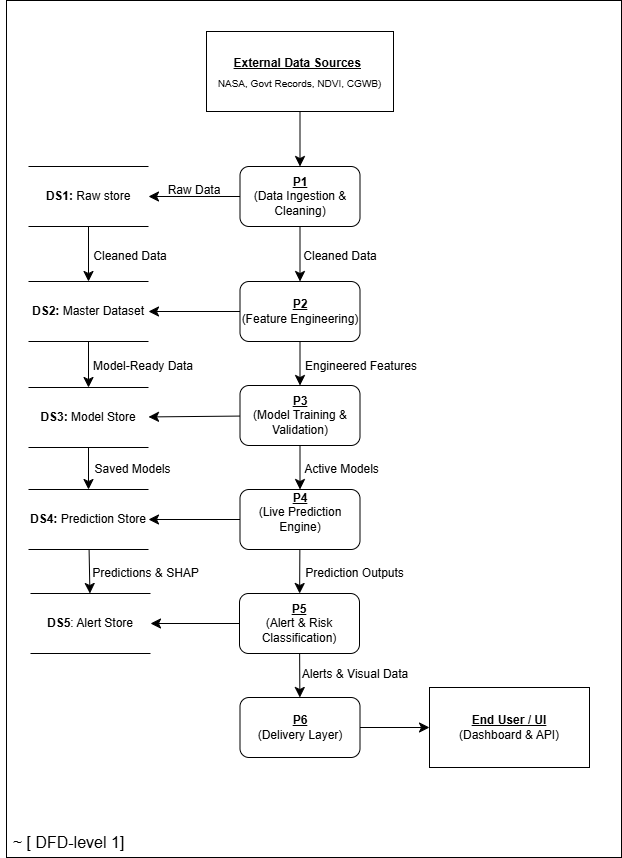
Earlier version of the draw.io export diagram/DFD_diagrams/dfd_level_1.png (Kunal2005jan15/NAIP). Source tidied: cells renumbered, new cells last; positions are measured from the earlier drawing's top-left corner, leaving out a move shared by most shapes. Source of this version:
```xml
<mxGraphModel>
  <root>
    <mxCell id="0" />
    <mxCell id="1" parent="0" />
    <mxCell id="2" style="rounded=0;whiteSpace=wrap;html=1;" parent="1" vertex="1">
      <mxGeometry x="6" width="615" height="857" as="geometry" />
    </mxCell>
    <mxCell id="3" style="edgeStyle=none;curved=1;rounded=0;jettySize=auto;html=1;fontSize=12;startSize=8;endSize=8;" parent="1" edge="1" source="4" target="8">
      <mxGeometry relative="1" as="geometry" />
    </mxCell>
    <mxCell id="4" style="rounded=0;whiteSpace=wrap;html=1;" parent="1" vertex="1">
      <mxGeometry x="206" y="31" width="187" height="80" as="geometry" />
    </mxCell>
    <mxCell id="5" value="&lt;b&gt;&lt;u&gt;&lt;font style=&quot;font-size: 12px;&quot;&gt;External Data Sources&lt;/font&gt;&lt;/u&gt;&lt;/b&gt;&amp;nbsp;&lt;br&gt;&lt;font style=&quot;font-size: 10px;&quot;&gt;NASA, Govt Records, NDVI, CGWB)&lt;/font&gt;" style="text;html=1;whiteSpace=wrap;strokeColor=none;fillColor=none;align=center;verticalAlign=middle;rounded=0;fontSize=16;" parent="1" vertex="1">
      <mxGeometry x="211" y="56" width="177" height="30" as="geometry" />
    </mxCell>
    <mxCell id="6" style="edgeStyle=none;curved=1;rounded=0;jettySize=auto;html=1;fontSize=12;startSize=8;endSize=8;" parent="1" edge="1" source="8" target="10">
      <mxGeometry relative="1" as="geometry" />
    </mxCell>
    <mxCell id="7" style="edgeStyle=none;curved=1;rounded=0;jettySize=auto;html=1;fontSize=12;startSize=8;endSize=8;" parent="1" edge="1" source="8" target="17">
      <mxGeometry relative="1" as="geometry" />
    </mxCell>
    <mxCell id="8" value="&lt;b&gt;&lt;u&gt;P1&lt;/u&gt;&lt;/b&gt;&lt;div&gt;(Data Ingestion &amp;amp; Cleaning)&lt;/div&gt;" style="rounded=1;whiteSpace=wrap;html=1;" parent="1" vertex="1">
      <mxGeometry x="239.5" y="166" width="120" height="60" as="geometry" />
    </mxCell>
    <mxCell id="9" style="edgeStyle=none;curved=1;rounded=0;jettySize=auto;html=1;fontSize=12;startSize=8;endSize=8;" parent="1" edge="1" source="10" target="14">
      <mxGeometry relative="1" as="geometry" />
    </mxCell>
    <mxCell id="10" value="&lt;b&gt;DS1:&lt;/b&gt; Raw store" style="shape=partialRectangle;whiteSpace=wrap;html=1;left=0;right=0;fillColor=none;" parent="1" vertex="1">
      <mxGeometry x="28" y="166" width="120" height="60" as="geometry" />
    </mxCell>
    <mxCell id="11" style="edgeStyle=none;curved=1;rounded=0;jettySize=auto;html=1;fontSize=12;startSize=8;endSize=8;" parent="1" edge="1" source="12" target="27">
      <mxGeometry relative="1" as="geometry" />
    </mxCell>
    <mxCell id="12" value="&lt;b&gt;DS3:&lt;/b&gt; Model Store" style="shape=partialRectangle;whiteSpace=wrap;html=1;left=0;right=0;fillColor=none;" parent="1" vertex="1">
      <mxGeometry x="28" y="387" width="120" height="60" as="geometry" />
    </mxCell>
    <mxCell id="13" style="edgeStyle=none;curved=1;rounded=0;jettySize=auto;html=1;fontSize=12;startSize=8;endSize=8;" parent="1" edge="1" source="14" target="12">
      <mxGeometry relative="1" as="geometry" />
    </mxCell>
    <mxCell id="14" value="&lt;b&gt;DS2:&lt;/b&gt; Master Dataset" style="shape=partialRectangle;whiteSpace=wrap;html=1;left=0;right=0;fillColor=none;" parent="1" vertex="1">
      <mxGeometry x="28" y="281" width="120" height="60" as="geometry" />
    </mxCell>
    <mxCell id="15" style="edgeStyle=none;curved=1;rounded=0;jettySize=auto;html=1;fontSize=12;startSize=8;endSize=8;" parent="1" edge="1" source="17" target="14">
      <mxGeometry relative="1" as="geometry" />
    </mxCell>
    <mxCell id="16" style="edgeStyle=none;curved=1;rounded=0;jettySize=auto;html=1;fontSize=12;startSize=8;endSize=8;" parent="1" edge="1" source="17" target="23">
      <mxGeometry relative="1" as="geometry" />
    </mxCell>
    <mxCell id="17" value="&lt;b&gt;&lt;u&gt;P2&lt;/u&gt;&lt;/b&gt;&lt;div&gt;(Feature Engineering)&lt;/div&gt;" style="rounded=1;whiteSpace=wrap;html=1;" parent="1" vertex="1">
      <mxGeometry x="239.5" y="281" width="120" height="60" as="geometry" />
    </mxCell>
    <mxCell id="18" value="&lt;font style=&quot;font-size: 12px;&quot;&gt;Raw Data&lt;/font&gt;" style="text;html=1;whiteSpace=wrap;strokeColor=none;fillColor=none;align=center;verticalAlign=middle;rounded=0;fontSize=16;" parent="1" vertex="1">
      <mxGeometry x="164" y="173" width="60" height="30" as="geometry" />
    </mxCell>
    <mxCell id="19" value="&lt;font style=&quot;font-size: 12px;&quot;&gt;Cleaned Data&lt;/font&gt;" style="text;html=1;whiteSpace=wrap;strokeColor=none;fillColor=none;align=center;verticalAlign=middle;rounded=0;fontSize=16;" parent="1" vertex="1">
      <mxGeometry x="297" y="239" width="86" height="30" as="geometry" />
    </mxCell>
    <mxCell id="20" value="&lt;font style=&quot;font-size: 12px;&quot;&gt;Cleaned Data&lt;/font&gt;" style="text;html=1;whiteSpace=wrap;strokeColor=none;fillColor=none;align=center;verticalAlign=middle;rounded=0;fontSize=16;" parent="1" vertex="1">
      <mxGeometry x="89" y="239" width="82" height="30" as="geometry" />
    </mxCell>
    <mxCell id="21" style="edgeStyle=none;curved=1;rounded=0;jettySize=auto;html=1;fontSize=12;startSize=8;endSize=8;" parent="1" edge="1" source="23" target="12">
      <mxGeometry relative="1" as="geometry" />
    </mxCell>
    <mxCell id="22" style="edgeStyle=none;curved=1;rounded=0;jettySize=auto;html=1;fontSize=12;startSize=8;endSize=8;" parent="1" edge="1" source="23" target="30">
      <mxGeometry relative="1" as="geometry" />
    </mxCell>
    <mxCell id="23" value="&lt;b&gt;&lt;u&gt;P3&lt;/u&gt;&lt;/b&gt;&lt;div&gt;(Model Training &amp;amp; Validation)&lt;/div&gt;" style="rounded=1;whiteSpace=wrap;html=1;" parent="1" vertex="1">
      <mxGeometry x="239.5" y="385" width="120" height="60" as="geometry" />
    </mxCell>
    <mxCell id="24" value="&lt;font style=&quot;font-size: 12px;&quot;&gt;Model-Ready Data&lt;/font&gt;" style="text;html=1;whiteSpace=wrap;strokeColor=none;fillColor=none;align=center;verticalAlign=middle;rounded=0;fontSize=16;" parent="1" vertex="1">
      <mxGeometry x="89" y="349" width="108" height="30" as="geometry" />
    </mxCell>
    <mxCell id="25" value="&lt;font style=&quot;font-size: 12px;&quot;&gt;Engineered Features&lt;/font&gt;" style="text;html=1;whiteSpace=wrap;strokeColor=none;fillColor=none;align=center;verticalAlign=middle;rounded=0;fontSize=16;" parent="1" vertex="1">
      <mxGeometry x="300" y="349" width="122" height="30" as="geometry" />
    </mxCell>
    <mxCell id="26" style="edgeStyle=none;curved=1;rounded=0;jettySize=auto;html=1;fontSize=12;startSize=8;endSize=8;" parent="1" edge="1" source="27" target="33">
      <mxGeometry relative="1" as="geometry" />
    </mxCell>
    <mxCell id="27" value="&lt;b&gt;DS4:&lt;/b&gt; Prediction Store" style="shape=partialRectangle;whiteSpace=wrap;html=1;left=0;right=0;fillColor=none;" parent="1" vertex="1">
      <mxGeometry x="28" y="489" width="120" height="60" as="geometry" />
    </mxCell>
    <mxCell id="28" style="edgeStyle=none;curved=1;rounded=0;jettySize=auto;html=1;fontSize=12;startSize=8;endSize=8;" parent="1" edge="1" source="30" target="27">
      <mxGeometry relative="1" as="geometry" />
    </mxCell>
    <mxCell id="29" style="edgeStyle=none;curved=1;rounded=0;jettySize=auto;html=1;fontSize=12;startSize=8;endSize=8;" parent="1" edge="1" source="30" target="36">
      <mxGeometry relative="1" as="geometry" />
    </mxCell>
    <mxCell id="30" value="&lt;b&gt;&lt;u&gt;P4&lt;/u&gt;&lt;/b&gt;&lt;div&gt;(Live Prediction Engine)&lt;br&gt;&lt;div&gt;&lt;br&gt;&lt;/div&gt;&lt;/div&gt;" style="rounded=1;whiteSpace=wrap;html=1;" parent="1" vertex="1">
      <mxGeometry x="239.5" y="489" width="120" height="60" as="geometry" />
    </mxCell>
    <mxCell id="31" value="&lt;font style=&quot;font-size: 12px;&quot;&gt;Saved Models&lt;/font&gt;" style="text;html=1;whiteSpace=wrap;strokeColor=none;fillColor=none;align=center;verticalAlign=middle;rounded=0;fontSize=16;" parent="1" vertex="1">
      <mxGeometry x="89" y="452" width="87" height="30" as="geometry" />
    </mxCell>
    <mxCell id="32" value="&lt;font style=&quot;font-size: 12px;&quot;&gt;Active Models&lt;/font&gt;" style="text;html=1;whiteSpace=wrap;strokeColor=none;fillColor=none;align=center;verticalAlign=middle;rounded=0;fontSize=16;" parent="1" vertex="1">
      <mxGeometry x="300" y="452" width="83" height="30" as="geometry" />
    </mxCell>
    <mxCell id="33" value="&lt;b&gt;DS5&lt;/b&gt;: Alert Store" style="shape=partialRectangle;whiteSpace=wrap;html=1;left=0;right=0;fillColor=none;" parent="1" vertex="1">
      <mxGeometry x="30" y="593" width="120" height="60" as="geometry" />
    </mxCell>
    <mxCell id="34" style="edgeStyle=none;curved=1;rounded=0;jettySize=auto;html=1;fontSize=12;startSize=8;endSize=8;" parent="1" edge="1" source="36" target="33">
      <mxGeometry relative="1" as="geometry" />
    </mxCell>
    <mxCell id="35" style="edgeStyle=none;curved=1;rounded=0;jettySize=auto;html=1;fontSize=12;startSize=8;endSize=8;" parent="1" edge="1" source="36" target="40">
      <mxGeometry relative="1" as="geometry" />
    </mxCell>
    <mxCell id="36" value="&lt;b&gt;&lt;u&gt;P5&lt;/u&gt;&lt;/b&gt;&lt;div&gt;(Alert &amp;amp; Risk Classification)&lt;/div&gt;" style="rounded=1;whiteSpace=wrap;html=1;" parent="1" vertex="1">
      <mxGeometry x="239" y="593" width="120" height="60" as="geometry" />
    </mxCell>
    <mxCell id="37" value="&lt;font style=&quot;font-size: 12px;&quot;&gt;Predictions &amp;amp; SHAP&lt;/font&gt;" style="text;html=1;whiteSpace=wrap;strokeColor=none;fillColor=none;align=center;verticalAlign=middle;rounded=0;fontSize=16;" parent="1" vertex="1">
      <mxGeometry x="89" y="556" width="113" height="30" as="geometry" />
    </mxCell>
    <mxCell id="38" value="&lt;font style=&quot;font-size: 12px;&quot;&gt;Prediction Outputs&lt;/font&gt;" style="text;html=1;whiteSpace=wrap;strokeColor=none;fillColor=none;align=center;verticalAlign=middle;rounded=0;fontSize=16;" parent="1" vertex="1">
      <mxGeometry x="303" y="556" width="103" height="30" as="geometry" />
    </mxCell>
    <mxCell id="39" style="edgeStyle=none;curved=1;rounded=0;jettySize=auto;html=1;fontSize=12;startSize=8;endSize=8;" parent="1" edge="1" source="40" target="42">
      <mxGeometry relative="1" as="geometry" />
    </mxCell>
    <mxCell id="40" value="&lt;u&gt;&lt;b&gt;P6&lt;/b&gt;&lt;/u&gt;&lt;div&gt;(Delivery Layer)&lt;/div&gt;" style="rounded=1;whiteSpace=wrap;html=1;" parent="1" vertex="1">
      <mxGeometry x="239.5" y="697" width="120" height="60" as="geometry" />
    </mxCell>
    <mxCell id="41" value="&lt;font style=&quot;font-size: 12px;&quot;&gt;Alerts &amp;amp; Visual Data&lt;/font&gt;" style="text;html=1;whiteSpace=wrap;strokeColor=none;fillColor=none;align=center;verticalAlign=middle;rounded=0;fontSize=16;" parent="1" vertex="1">
      <mxGeometry x="296.5" y="657" width="116" height="30" as="geometry" />
    </mxCell>
    <mxCell id="42" value="&lt;u&gt;&lt;b&gt;End User / UI&lt;/b&gt;&lt;/u&gt;&lt;div&gt;(Dashboard &amp;amp; API)&lt;/div&gt;" style="rounded=0;whiteSpace=wrap;html=1;" parent="1" vertex="1">
      <mxGeometry x="429" y="687" width="160" height="80" as="geometry" />
    </mxCell>
    <mxCell id="43" value="~ [ DFD-level 1]" style="text;html=1;whiteSpace=wrap;strokeColor=none;fillColor=none;align=center;verticalAlign=middle;rounded=0;fontSize=16;" parent="1" vertex="1">
      <mxGeometry y="827" width="137" height="30" as="geometry" />
    </mxCell>
  </root>
</mxGraphModel>
```
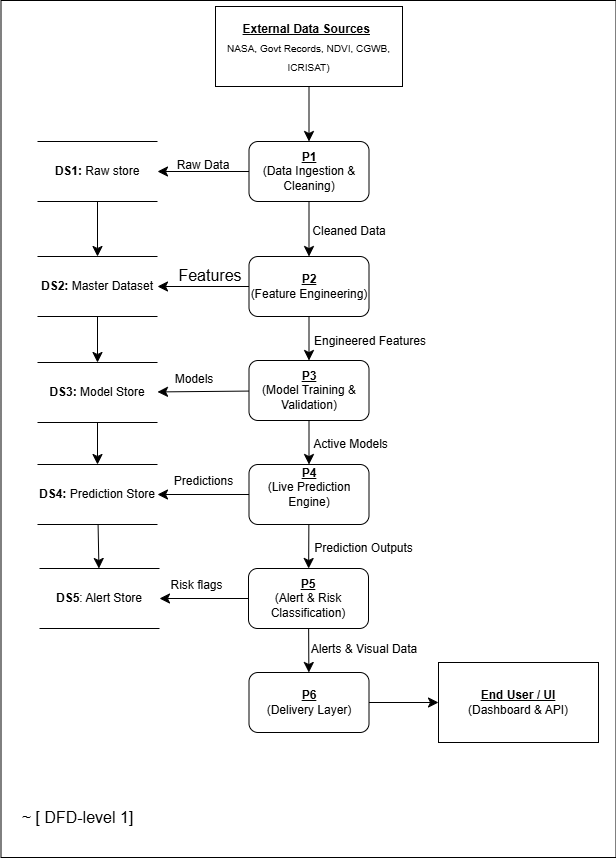
After the commit.

Commit message:
fixed the dfd level 1

What changed in the source:
```diff
@@ -3,7 +3,7 @@
     <mxCell id="0" />
     <mxCell id="1" parent="0" />
     <mxCell id="2" style="rounded=0;whiteSpace=wrap;html=1;" parent="1" vertex="1">
-      <mxGeometry x="6" width="615" height="857" as="geometry" />
+      <mxGeometry x="-8.5" y="25" width="615" height="857" as="geometry" />
     </mxCell>
     <mxCell id="3" style="edgeStyle=none;curved=1;rounded=0;jettySize=auto;html=1;fontSize=12;startSize=8;endSize=8;" parent="1" edge="1" source="4" target="8">
       <mxGeometry relative="1" as="geometry" />
@@ -11,7 +11,7 @@
     <mxCell id="4" style="rounded=0;whiteSpace=wrap;html=1;" parent="1" vertex="1">
       <mxGeometry x="206" y="31" width="187" height="80" as="geometry" />
     </mxCell>
-    <mxCell id="5" value="&lt;b&gt;&lt;u&gt;&lt;font style=&quot;font-size: 12px;&quot;&gt;External Data Sources&lt;/font&gt;&lt;/u&gt;&lt;/b&gt;&amp;nbsp;&lt;br&gt;&lt;font style=&quot;font-size: 10px;&quot;&gt;NASA, Govt Records, NDVI, CGWB)&lt;/font&gt;" style="text;html=1;whiteSpace=wrap;strokeColor=none;fillColor=none;align=center;verticalAlign=middle;rounded=0;fontSize=16;" parent="1" vertex="1">
+    <mxCell id="5" value="&lt;b&gt;&lt;u&gt;&lt;font style=&quot;font-size: 12px;&quot;&gt;External Data Sources&lt;/font&gt;&lt;/u&gt;&lt;/b&gt;&amp;nbsp;&lt;br&gt;&lt;font style=&quot;font-size: 10px;&quot;&gt;NASA, Govt Records, NDVI, CGWB, ICRISAT)&lt;/font&gt;" style="text;html=1;whiteSpace=wrap;strokeColor=none;fillColor=none;align=center;verticalAlign=middle;rounded=0;fontSize=16;" parent="1" vertex="1">
       <mxGeometry x="211" y="56" width="177" height="30" as="geometry" />
     </mxCell>
     <mxCell id="6" style="edgeStyle=none;curved=1;rounded=0;jettySize=auto;html=1;fontSize=12;startSize=8;endSize=8;" parent="1" edge="1" source="8" target="10">
@@ -56,9 +56,6 @@
     <mxCell id="19" value="&lt;font style=&quot;font-size: 12px;&quot;&gt;Cleaned Data&lt;/font&gt;" style="text;html=1;whiteSpace=wrap;strokeColor=none;fillColor=none;align=center;verticalAlign=middle;rounded=0;fontSize=16;" parent="1" vertex="1">
       <mxGeometry x="297" y="239" width="86" height="30" as="geometry" />
     </mxCell>
-    <mxCell id="20" value="&lt;font style=&quot;font-size: 12px;&quot;&gt;Cleaned Data&lt;/font&gt;" style="text;html=1;whiteSpace=wrap;strokeColor=none;fillColor=none;align=center;verticalAlign=middle;rounded=0;fontSize=16;" parent="1" vertex="1">
-      <mxGeometry x="89" y="239" width="82" height="30" as="geometry" />
-    </mxCell>
     <mxCell id="21" style="edgeStyle=none;curved=1;rounded=0;jettySize=auto;html=1;fontSize=12;startSize=8;endSize=8;" parent="1" edge="1" source="23" target="12">
       <mxGeometry relative="1" as="geometry" />
     </mxCell>
@@ -68,8 +65,8 @@
     <mxCell id="23" value="&lt;b&gt;&lt;u&gt;P3&lt;/u&gt;&lt;/b&gt;&lt;div&gt;(Model Training &amp;amp; Validation)&lt;/div&gt;" style="rounded=1;whiteSpace=wrap;html=1;" parent="1" vertex="1">
       <mxGeometry x="239.5" y="385" width="120" height="60" as="geometry" />
     </mxCell>
-    <mxCell id="24" value="&lt;font style=&quot;font-size: 12px;&quot;&gt;Model-Ready Data&lt;/font&gt;" style="text;html=1;whiteSpace=wrap;strokeColor=none;fillColor=none;align=center;verticalAlign=middle;rounded=0;fontSize=16;" parent="1" vertex="1">
-      <mxGeometry x="89" y="349" width="108" height="30" as="geometry" />
+    <mxCell id="24" value="&lt;span style=&quot;font-size: 12px;&quot;&gt;Models&lt;/span&gt;" style="text;html=1;whiteSpace=wrap;strokeColor=none;fillColor=none;align=center;verticalAlign=middle;rounded=0;fontSize=16;" parent="1" vertex="1">
+      <mxGeometry x="131" y="387" width="108" height="30" as="geometry" />
     </mxCell>
     <mxCell id="25" value="&lt;font style=&quot;font-size: 12px;&quot;&gt;Engineered Features&lt;/font&gt;" style="text;html=1;whiteSpace=wrap;strokeColor=none;fillColor=none;align=center;verticalAlign=middle;rounded=0;fontSize=16;" parent="1" vertex="1">
       <mxGeometry x="300" y="349" width="122" height="30" as="geometry" />
@@ -89,8 +86,8 @@
     <mxCell id="30" value="&lt;b&gt;&lt;u&gt;P4&lt;/u&gt;&lt;/b&gt;&lt;div&gt;(Live Prediction Engine)&lt;br&gt;&lt;div&gt;&lt;br&gt;&lt;/div&gt;&lt;/div&gt;" style="rounded=1;whiteSpace=wrap;html=1;" parent="1" vertex="1">
       <mxGeometry x="239.5" y="489" width="120" height="60" as="geometry" />
     </mxCell>
-    <mxCell id="31" value="&lt;font style=&quot;font-size: 12px;&quot;&gt;Saved Models&lt;/font&gt;" style="text;html=1;whiteSpace=wrap;strokeColor=none;fillColor=none;align=center;verticalAlign=middle;rounded=0;fontSize=16;" parent="1" vertex="1">
-      <mxGeometry x="89" y="452" width="87" height="30" as="geometry" />
+    <mxCell id="31" value="&lt;span style=&quot;font-size: 12px;&quot;&gt;Predictions&lt;/span&gt;" style="text;html=1;whiteSpace=wrap;strokeColor=none;fillColor=none;align=center;verticalAlign=middle;rounded=0;fontSize=16;" parent="1" vertex="1">
+      <mxGeometry x="150.5" y="489" width="87" height="30" as="geometry" />
     </mxCell>
     <mxCell id="32" value="&lt;font style=&quot;font-size: 12px;&quot;&gt;Active Models&lt;/font&gt;" style="text;html=1;whiteSpace=wrap;strokeColor=none;fillColor=none;align=center;verticalAlign=middle;rounded=0;fontSize=16;" parent="1" vertex="1">
       <mxGeometry x="300" y="452" width="83" height="30" as="geometry" />
@@ -107,8 +104,8 @@
     <mxCell id="36" value="&lt;b&gt;&lt;u&gt;P5&lt;/u&gt;&lt;/b&gt;&lt;div&gt;(Alert &amp;amp; Risk Classification)&lt;/div&gt;" style="rounded=1;whiteSpace=wrap;html=1;" parent="1" vertex="1">
       <mxGeometry x="239" y="593" width="120" height="60" as="geometry" />
     </mxCell>
-    <mxCell id="37" value="&lt;font style=&quot;font-size: 12px;&quot;&gt;Predictions &amp;amp; SHAP&lt;/font&gt;" style="text;html=1;whiteSpace=wrap;strokeColor=none;fillColor=none;align=center;verticalAlign=middle;rounded=0;fontSize=16;" parent="1" vertex="1">
-      <mxGeometry x="89" y="556" width="113" height="30" as="geometry" />
+    <mxCell id="37" value="&lt;span style=&quot;font-size: 12px;&quot;&gt;Risk flags&lt;/span&gt;" style="text;html=1;whiteSpace=wrap;strokeColor=none;fillColor=none;align=center;verticalAlign=middle;rounded=0;fontSize=16;" parent="1" vertex="1">
+      <mxGeometry x="131" y="593" width="113" height="30" as="geometry" />
     </mxCell>
     <mxCell id="38" value="&lt;font style=&quot;font-size: 12px;&quot;&gt;Prediction Outputs&lt;/font&gt;" style="text;html=1;whiteSpace=wrap;strokeColor=none;fillColor=none;align=center;verticalAlign=middle;rounded=0;fontSize=16;" parent="1" vertex="1">
       <mxGeometry x="303" y="556" width="103" height="30" as="geometry" />
@@ -128,5 +125,8 @@
     <mxCell id="43" value="~ [ DFD-level 1]" style="text;html=1;whiteSpace=wrap;strokeColor=none;fillColor=none;align=center;verticalAlign=middle;rounded=0;fontSize=16;" parent="1" vertex="1">
       <mxGeometry y="827" width="137" height="30" as="geometry" />
     </mxCell>
+    <mxCell id="44" value="Features" style="text;html=1;whiteSpace=wrap;strokeColor=none;fillColor=none;align=center;verticalAlign=middle;rounded=0;fontSize=16;" parent="1" vertex="1">
+      <mxGeometry x="171" y="285" width="60" height="30" as="geometry" />
+    </mxCell>
   </root>
 </mxGraphModel>
```
